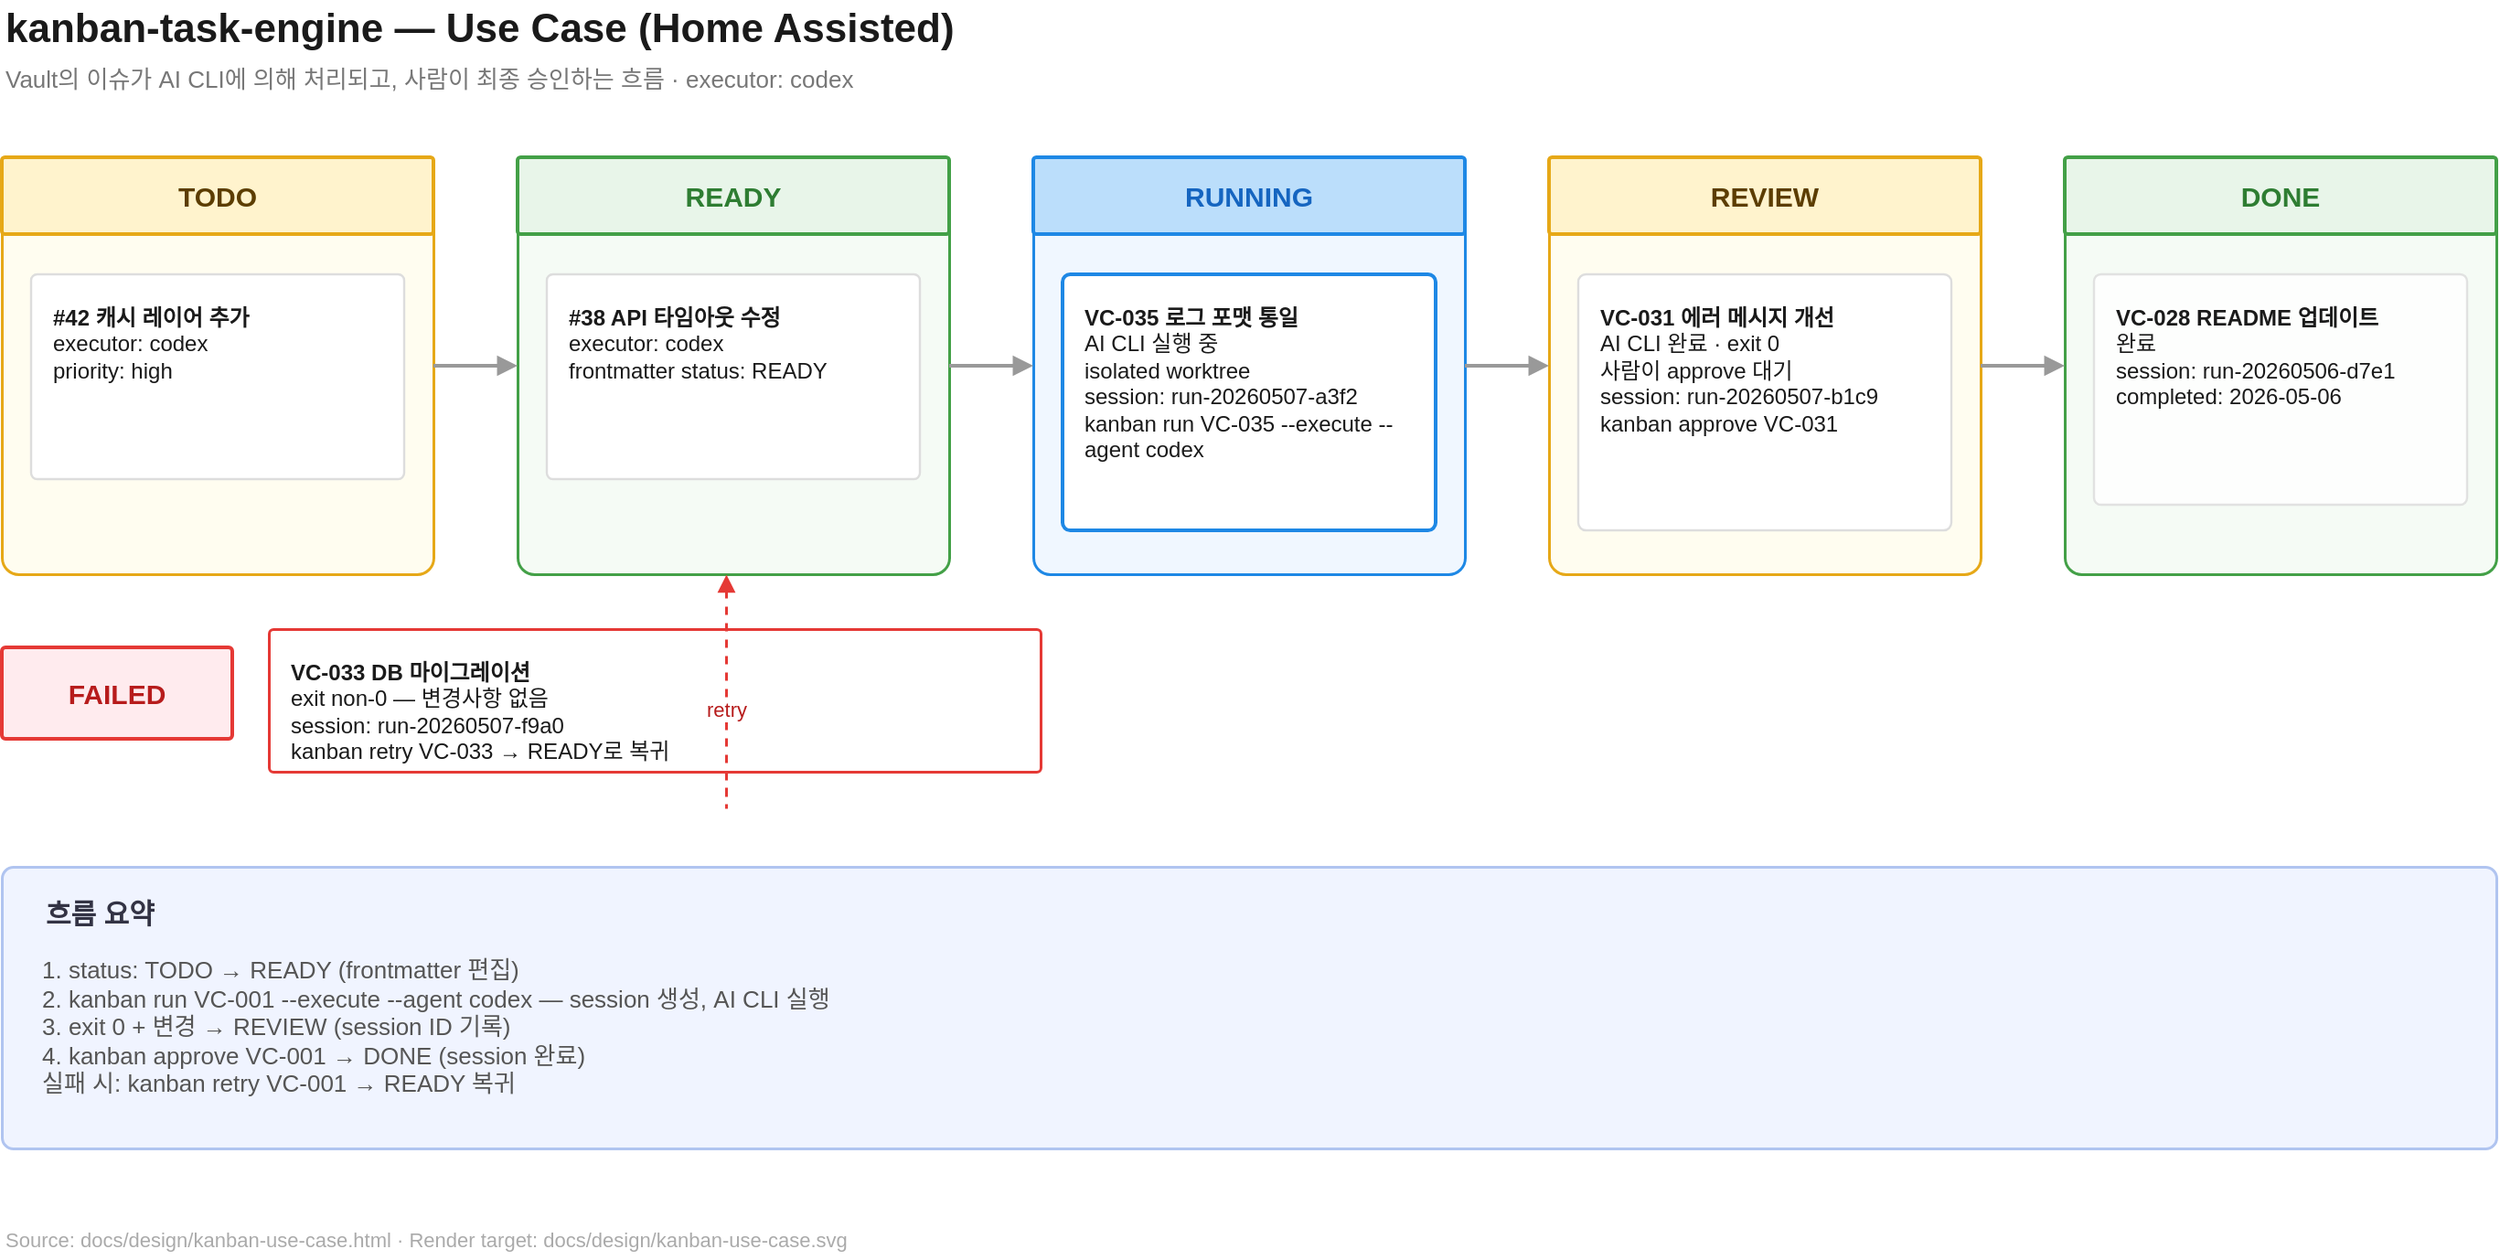
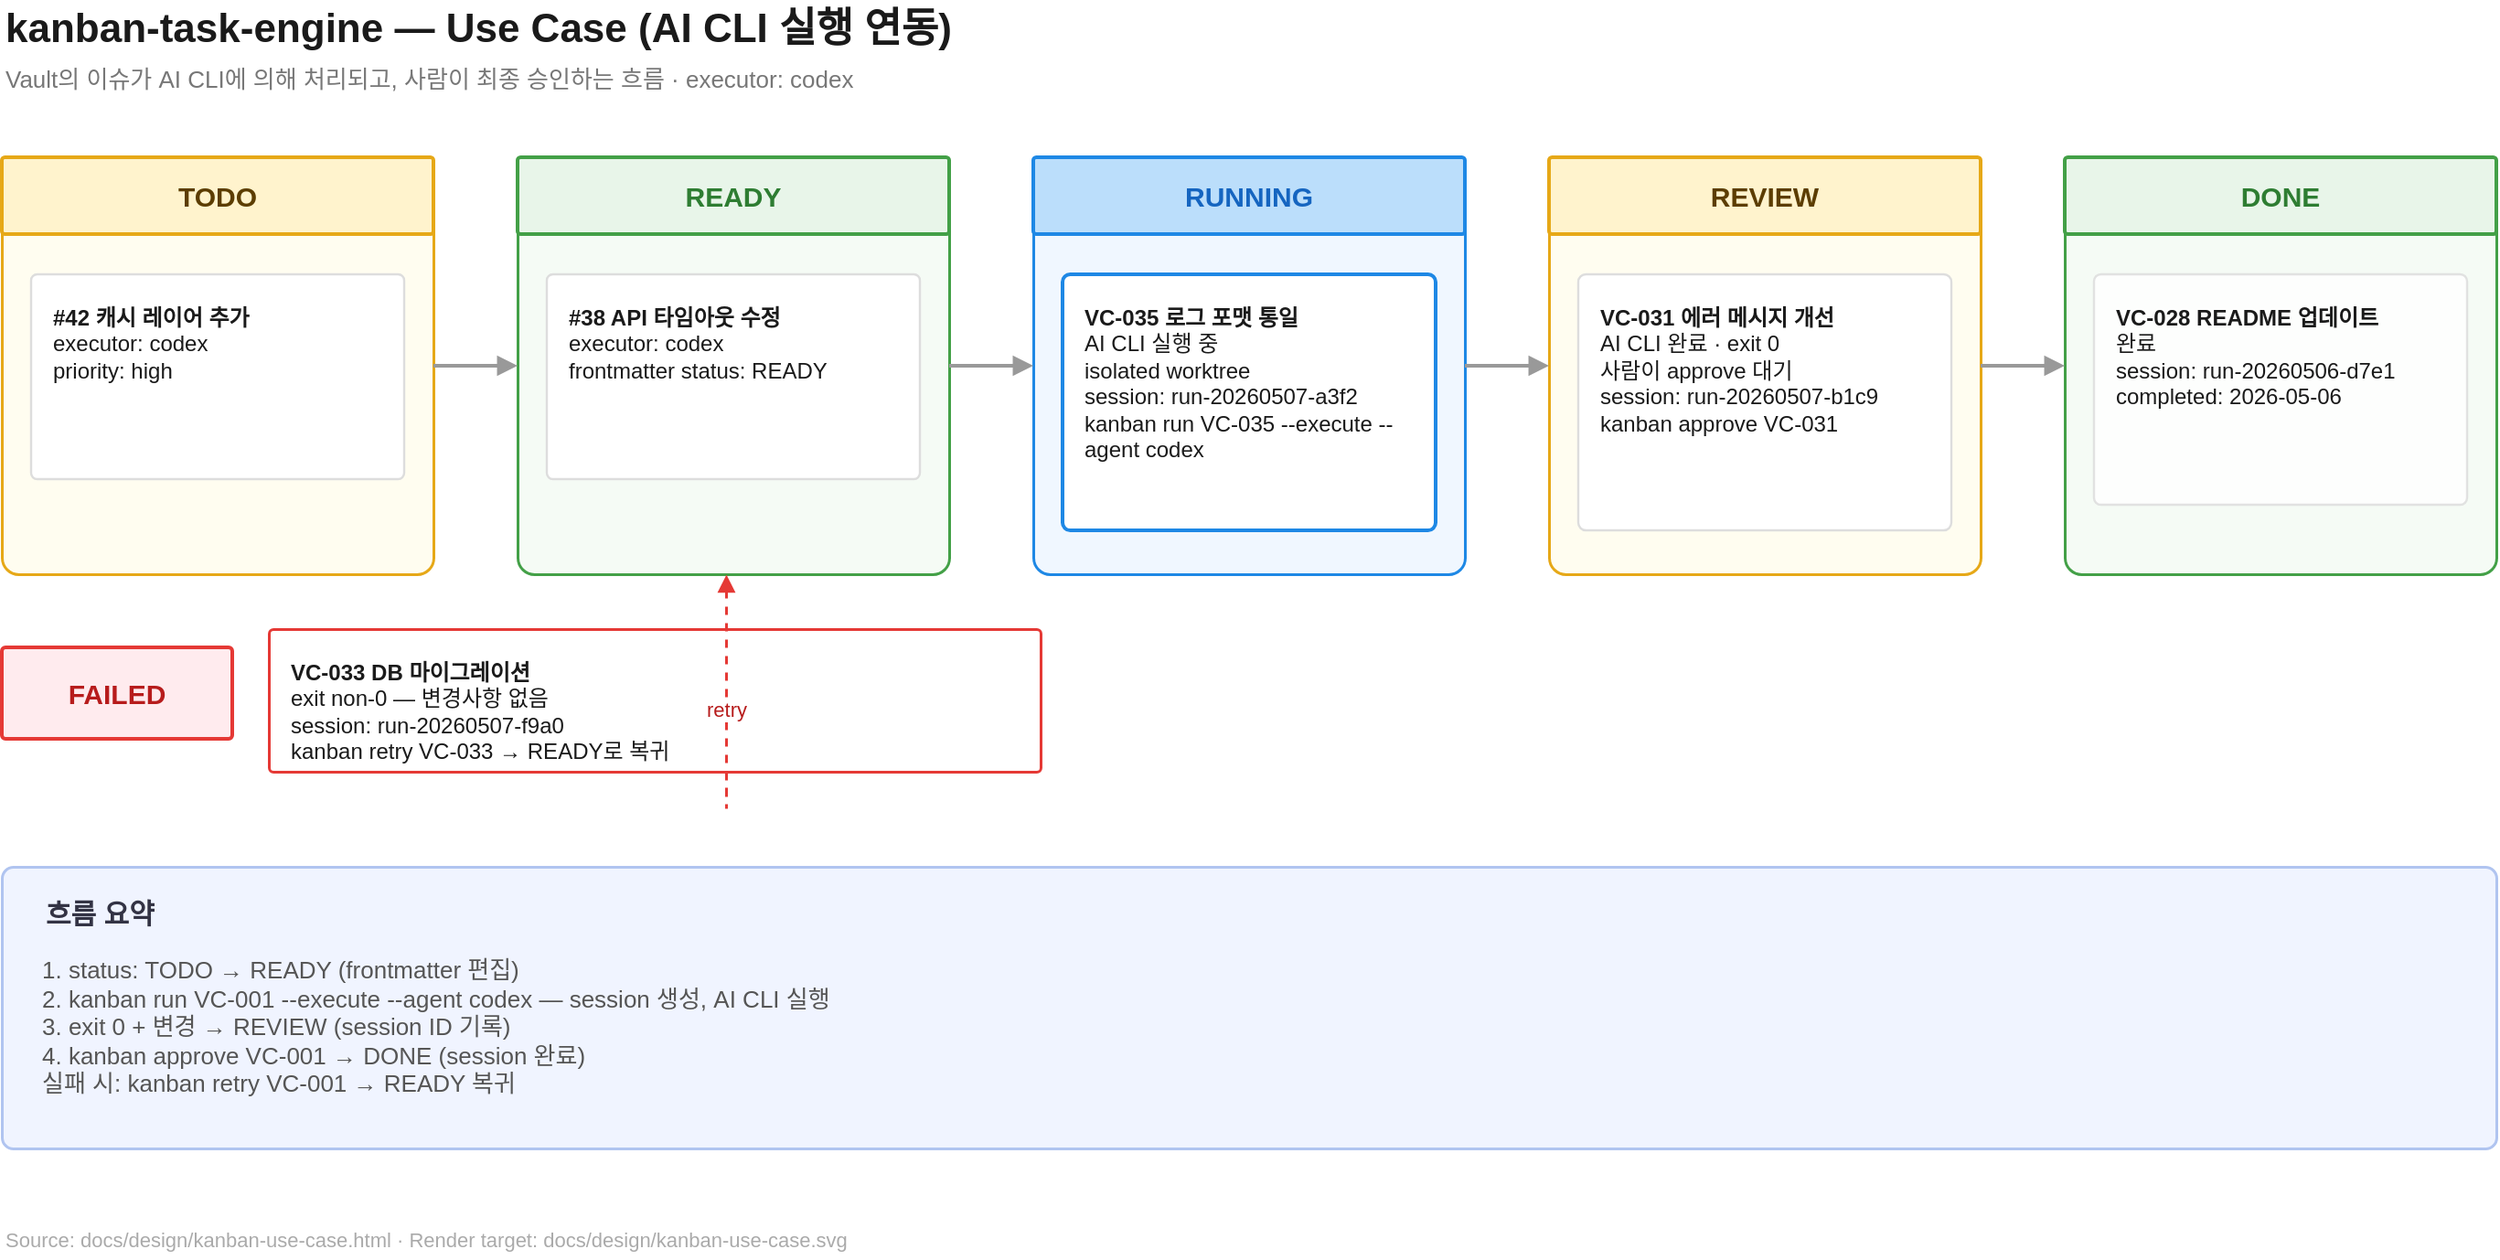
<?xml version="1.0" encoding="UTF-8"?>
<mxfile host="app.diagrams.net" modified="2026-05-07" agent="kanban-task-engine-design" version="24.0.0">
-   <diagram name="Use Case - Home Assisted" id="kanban-use-case-home-assisted">
+   <diagram name="Use Case - AI CLI 실행 연동" id="kanban-use-case-ai-cli">
    <mxGraphModel dx="0" dy="0" grid="10" gridSize="10" guides="1" tooltips="1"
                  connect="1" arrows="1" fold="1" page="1" pageScale="1"
                  pageWidth="1500" pageHeight="760" math="0" shadow="0">
      <root>
        <mxCell id="0"/>
        <mxCell id="1" parent="0"/>

        <!-- PAGE TITLE -->
-         <mxCell id="page-title" value="kanban-task-engine — Use Case (Home Assisted)"
+         <mxCell id="page-title" value="kanban-task-engine — Use Case (AI CLI 실행 연동)"
                style="text;html=1;align=left;verticalAlign=middle;fontStyle=1;fontSize=22;fontColor=#1a1a1a;"
                vertex="1" parent="1">
          <mxGeometry x="24" y="18" width="760" height="32" as="geometry"/>
        </mxCell>
        <mxCell id="page-subtitle" value="Vault의 이슈가 AI CLI에 의해 처리되고, 사람이 최종 승인하는 흐름 · executor: codex"
                style="text;html=1;align=left;verticalAlign=middle;fontSize=13;fontColor=#777777;"
                vertex="1" parent="1">
          <mxGeometry x="24" y="50" width="820" height="22" as="geometry"/>
        </mxCell>

        <!-- BOARD COLUMNS -->
        <mxCell id="todo-col" value=""
                style="rounded=1;arcSize=4;fillColor=#fffdf0;strokeColor=#E6A817;strokeWidth=1.5;"
                vertex="1" parent="1">
          <mxGeometry x="24" y="104" width="236" height="228" as="geometry"/>
        </mxCell>
        <mxCell id="todo-head" value="TODO"
                style="rounded=1;arcSize=4;whiteSpace=wrap;html=1;fillColor=#FFF3CD;strokeColor=#E6A817;strokeWidth=2;fontStyle=1;fontSize=15;fontColor=#5c3d00;align=center;verticalAlign=middle;"
                vertex="1" parent="todo-col">
          <mxGeometry x="0" y="0" width="236" height="42" as="geometry"/>
        </mxCell>
        <mxCell id="todo-card" value="&lt;b&gt;#42 캐시 레이어 추가&lt;/b&gt;&#10;executor: codex&#10;priority: high"
                style="rounded=1;arcSize=3;whiteSpace=wrap;html=1;fillColor=#ffffff;strokeColor=#dddddd;strokeWidth=1.2;fontSize=12;fontColor=#1a1a1a;align=left;verticalAlign=top;spacing=12;"
                vertex="1" parent="todo-col">
          <mxGeometry x="16" y="64" width="204" height="112" as="geometry"/>
        </mxCell>

        <mxCell id="ready-col" value=""
                style="rounded=1;arcSize=4;fillColor=#f5fbf5;strokeColor=#43A047;strokeWidth=1.5;"
                vertex="1" parent="1">
          <mxGeometry x="306" y="104" width="236" height="228" as="geometry"/>
        </mxCell>
        <mxCell id="ready-head" value="READY"
                style="rounded=1;arcSize=4;whiteSpace=wrap;html=1;fillColor=#E8F5E9;strokeColor=#43A047;strokeWidth=2;fontStyle=1;fontSize=15;fontColor=#2e7d32;align=center;verticalAlign=middle;"
                vertex="1" parent="ready-col">
          <mxGeometry x="0" y="0" width="236" height="42" as="geometry"/>
        </mxCell>
        <mxCell id="ready-card" value="&lt;b&gt;#38 API 타임아웃 수정&lt;/b&gt;&#10;executor: codex&#10;frontmatter status: READY"
                style="rounded=1;arcSize=3;whiteSpace=wrap;html=1;fillColor=#ffffff;strokeColor=#dddddd;strokeWidth=1.2;fontSize=12;fontColor=#1a1a1a;align=left;verticalAlign=top;spacing=12;"
                vertex="1" parent="ready-col">
          <mxGeometry x="16" y="64" width="204" height="112" as="geometry"/>
        </mxCell>

        <mxCell id="running-col" value=""
                style="rounded=1;arcSize=4;fillColor=#f0f7ff;strokeColor=#1E88E5;strokeWidth=1.5;"
                vertex="1" parent="1">
          <mxGeometry x="588" y="104" width="236" height="228" as="geometry"/>
        </mxCell>
        <mxCell id="running-head" value="RUNNING"
                style="rounded=1;arcSize=4;whiteSpace=wrap;html=1;fillColor=#BBDEFB;strokeColor=#1E88E5;strokeWidth=2;fontStyle=1;fontSize=15;fontColor=#1565C0;align=center;verticalAlign=middle;"
                vertex="1" parent="running-col">
          <mxGeometry x="0" y="0" width="236" height="42" as="geometry"/>
        </mxCell>
        <mxCell id="running-card" value="&lt;b&gt;VC-035 로그 포맷 통일&lt;/b&gt;&#10;AI CLI 실행 중&#10;isolated worktree&#10;session: run-20260507-a3f2&#10;kanban run VC-035 --execute --agent codex"
                style="rounded=1;arcSize=3;whiteSpace=wrap;html=1;fillColor=#ffffff;strokeColor=#1E88E5;strokeWidth=2;fontSize=12;fontColor=#1a1a1a;align=left;verticalAlign=top;spacing=12;"
                vertex="1" parent="running-col">
          <mxGeometry x="16" y="64" width="204" height="140" as="geometry"/>
        </mxCell>

        <mxCell id="review-col" value=""
                style="rounded=1;arcSize=4;fillColor=#fffdf0;strokeColor=#E6A817;strokeWidth=1.5;"
                vertex="1" parent="1">
          <mxGeometry x="870" y="104" width="236" height="228" as="geometry"/>
        </mxCell>
        <mxCell id="review-head" value="REVIEW"
                style="rounded=1;arcSize=4;whiteSpace=wrap;html=1;fillColor=#FFF3CD;strokeColor=#E6A817;strokeWidth=2;fontStyle=1;fontSize=15;fontColor=#5c3d00;align=center;verticalAlign=middle;"
                vertex="1" parent="review-col">
          <mxGeometry x="0" y="0" width="236" height="42" as="geometry"/>
        </mxCell>
        <mxCell id="review-card" value="&lt;b&gt;VC-031 에러 메시지 개선&lt;/b&gt;&#10;AI CLI 완료 · exit 0&#10;사람이 approve 대기&#10;session: run-20260507-b1c9&#10;kanban approve VC-031"
                style="rounded=1;arcSize=3;whiteSpace=wrap;html=1;fillColor=#ffffff;strokeColor=#dddddd;strokeWidth=1.2;fontSize=12;fontColor=#1a1a1a;align=left;verticalAlign=top;spacing=12;"
                vertex="1" parent="review-col">
          <mxGeometry x="16" y="64" width="204" height="140" as="geometry"/>
        </mxCell>

        <mxCell id="done-col" value=""
                style="rounded=1;arcSize=4;fillColor=#f5fbf5;strokeColor=#43A047;strokeWidth=1.5;"
                vertex="1" parent="1">
          <mxGeometry x="1152" y="104" width="236" height="228" as="geometry"/>
        </mxCell>
        <mxCell id="done-head" value="DONE"
                style="rounded=1;arcSize=4;whiteSpace=wrap;html=1;fillColor=#E8F5E9;strokeColor=#43A047;strokeWidth=2;fontStyle=1;fontSize=15;fontColor=#2e7d32;align=center;verticalAlign=middle;"
                vertex="1" parent="done-col">
          <mxGeometry x="0" y="0" width="236" height="42" as="geometry"/>
        </mxCell>
        <mxCell id="done-card" value="&lt;b&gt;VC-028 README 업데이트&lt;/b&gt;&#10;완료&#10;session: run-20260506-d7e1&#10;completed: 2026-05-06"
                style="rounded=1;arcSize=3;whiteSpace=wrap;html=1;fillColor=#ffffff;strokeColor=#dddddd;strokeWidth=1.2;fontSize=12;fontColor=#1a1a1a;align=left;verticalAlign=top;spacing=12;opacity=85;"
                vertex="1" parent="done-col">
          <mxGeometry x="16" y="64" width="204" height="126" as="geometry"/>
        </mxCell>

        <!-- BOARD FLOW ARROWS -->
        <mxCell id="arrow-todo-ready" value=""
                style="endArrow=block;html=1;rounded=0;strokeColor=#999999;strokeWidth=2;"
                edge="1" parent="1" source="todo-col" target="ready-col">
          <mxGeometry relative="1" as="geometry"/>
        </mxCell>
        <mxCell id="arrow-ready-running" value=""
                style="endArrow=block;html=1;rounded=0;strokeColor=#999999;strokeWidth=2;"
                edge="1" parent="1" source="ready-col" target="running-col">
          <mxGeometry relative="1" as="geometry"/>
        </mxCell>
        <mxCell id="arrow-running-review" value=""
                style="endArrow=block;html=1;rounded=0;strokeColor=#999999;strokeWidth=2;"
                edge="1" parent="1" source="running-col" target="review-col">
          <mxGeometry relative="1" as="geometry"/>
        </mxCell>
        <mxCell id="arrow-review-done" value=""
                style="endArrow=block;html=1;rounded=0;strokeColor=#999999;strokeWidth=2;"
                edge="1" parent="1" source="review-col" target="done-col">
          <mxGeometry relative="1" as="geometry"/>
        </mxCell>

        <!-- FAILED ROW -->
        <mxCell id="failed-label" value="FAILED"
                style="rounded=1;arcSize=4;whiteSpace=wrap;html=1;fillColor=#FFEBEE;strokeColor=#E53935;strokeWidth=2;fontStyle=1;fontSize=15;fontColor=#b71c1c;align=center;verticalAlign=middle;"
                vertex="1" parent="1">
          <mxGeometry x="24" y="372" width="126" height="50" as="geometry"/>
        </mxCell>
        <mxCell id="failed-card" value="&lt;b&gt;VC-033 DB 마이그레이션&lt;/b&gt;&#10;exit non-0 — 변경사항 없음&#10;session: run-20260507-f9a0&#10;kanban retry VC-033 → READY로 복귀"
                style="rounded=1;arcSize=3;whiteSpace=wrap;html=1;fillColor=#ffffff;strokeColor=#E53935;strokeWidth=1.5;fontSize=12;fontColor=#1a1a1a;align=left;verticalAlign=top;spacing=12;"
                vertex="1" parent="1">
          <mxGeometry x="170" y="362" width="422" height="78" as="geometry"/>
        </mxCell>
        <mxCell id="arrow-failed-ready" value="retry"
                style="edgeStyle=orthogonalEdgeStyle;endArrow=block;html=1;rounded=0;strokeColor=#E53935;strokeWidth=1.5;dashed=1;fontSize=11;fontColor=#b71c1c;"
                edge="1" parent="1" source="failed-card" target="ready-col">
          <mxGeometry relative="1" as="geometry">
            <Array as="points">
              <mxPoint x="420" y="460"/>
              <mxPoint x="420" y="332"/>
            </Array>
          </mxGeometry>
        </mxCell>

        <!-- FLOW SUMMARY -->
        <mxCell id="flow-summary-bg" value=""
                style="rounded=1;arcSize=4;fillColor=#f0f4ff;strokeColor=#b0c4f0;strokeWidth=1.5;"
                vertex="1" parent="1">
          <mxGeometry x="24" y="492" width="1364" height="154" as="geometry"/>
        </mxCell>
        <mxCell id="flow-summary-title" value="흐름 요약"
                style="text;html=1;align=left;verticalAlign=middle;fontStyle=1;fontSize=15;fontColor=#333344;"
                vertex="1" parent="flow-summary-bg">
          <mxGeometry x="22" y="14" width="180" height="22" as="geometry"/>
        </mxCell>
        <mxCell id="flow-summary-body" value="1. status: TODO → READY (frontmatter 편집)&#10;2. kanban run VC-001 --execute --agent codex — session 생성, AI CLI 실행&#10;3. exit 0 + 변경 → REVIEW (session ID 기록)&#10;4. kanban approve VC-001 → DONE (session 완료)&#10;실패 시: kanban retry VC-001 → READY 복귀"
                style="rounded=0;whiteSpace=wrap;html=1;fillColor=none;strokeColor=none;fontSize=13;fontColor=#555555;align=left;verticalAlign=top;spacing=0;"
                vertex="1" parent="flow-summary-bg">
          <mxGeometry x="22" y="44" width="1318" height="94" as="geometry"/>
        </mxCell>

        <mxCell id="asset-note" value="Source: docs/design/kanban-use-case.html · Render target: docs/design/kanban-use-case.svg"
                style="text;html=1;align=left;verticalAlign=middle;fontSize=11;fontColor=#aaaaaa;"
                vertex="1" parent="1">
          <mxGeometry x="24" y="686" width="680" height="20" as="geometry"/>
        </mxCell>
      </root>
    </mxGraphModel>
  </diagram>
</mxfile>
